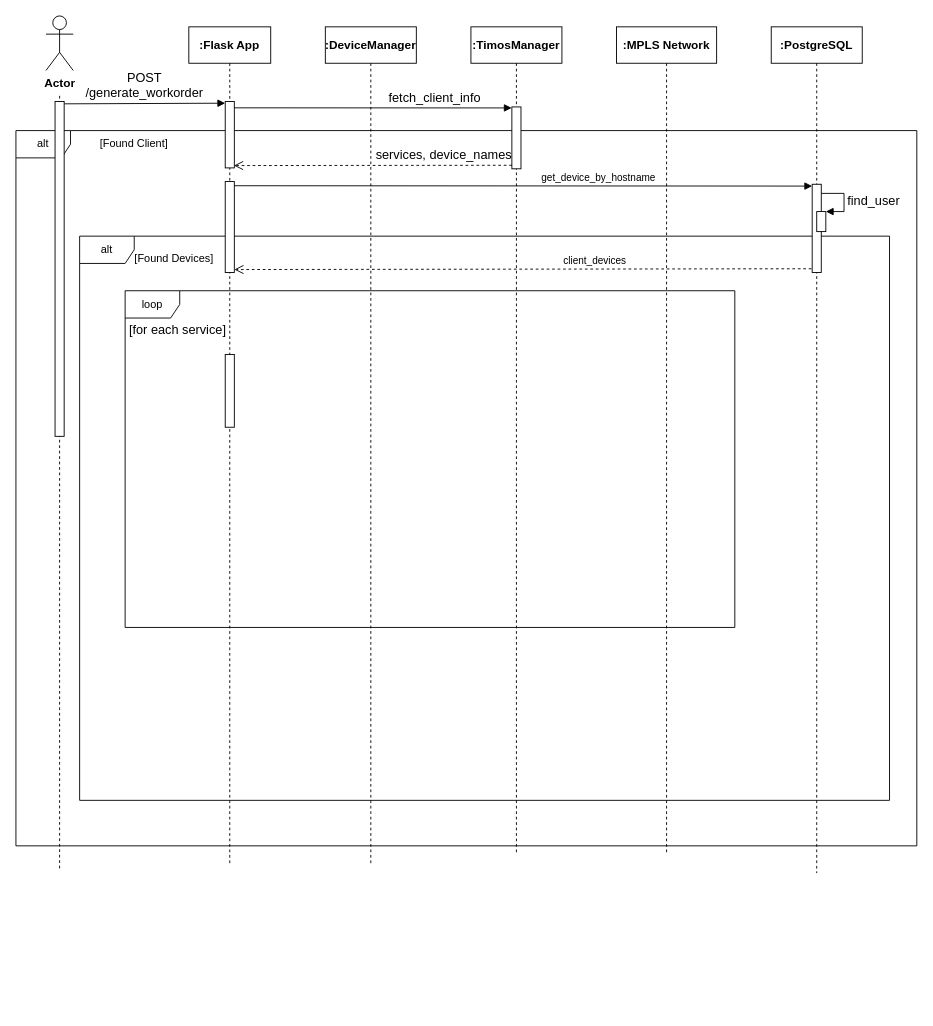
DrXneaky/Diagram keeps this draw.io diagram as sequence_generate_workorder.drawio. Above is the earlier version. Source tidied: cells renumbered, new cells numbered last; positions are measured from the earlier drawing's top-left corner, leaving out a move shared by most shapes. Both pictures are drawn from the tidied source at 91%, with x=0, y=0 at pixel (15, 15).
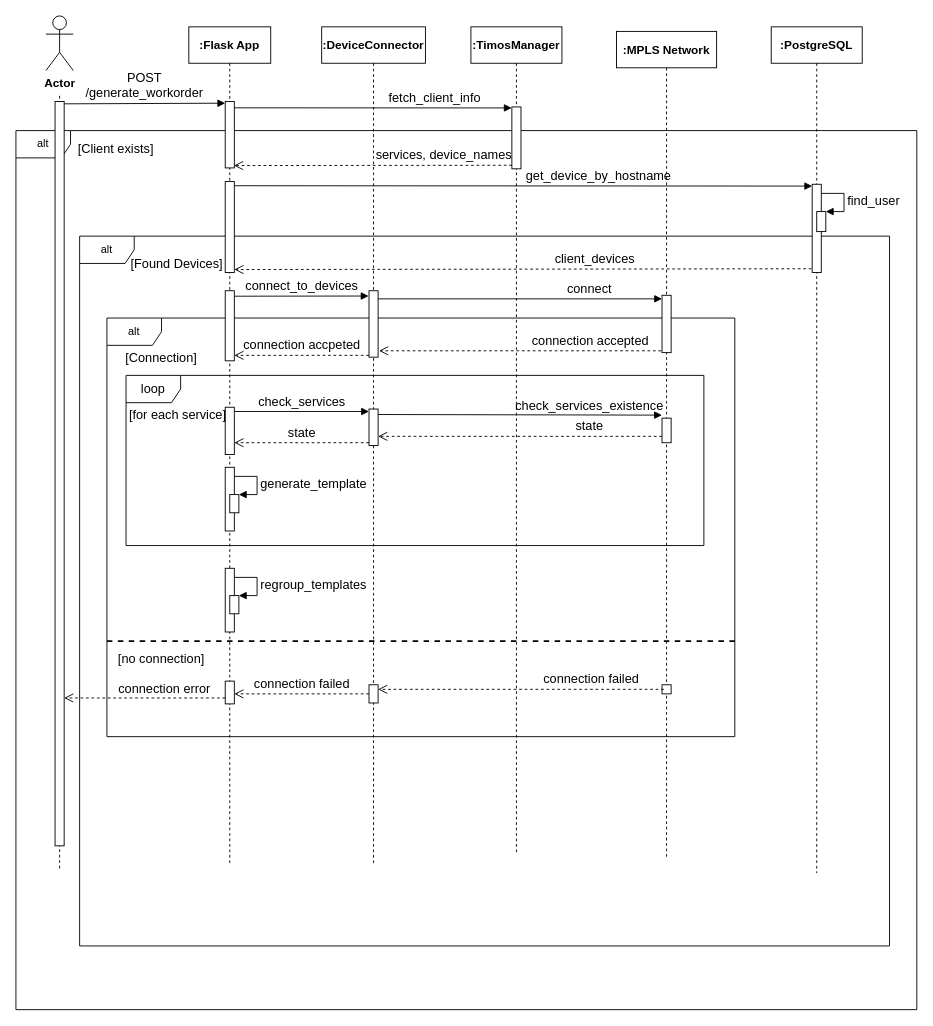
Above is the later version.

The change refers to these unchanged cells:
```xml
<mxCell id="8" style="html=1;points=[];perimeter=orthogonalPerimeter;" parent="7" vertex="1">
  <mxGeometry x="45" y="173" width="10" height="97" as="geometry" />
</mxCell>
```

Diff of the diagram source:
```diff
@@
     <mxCell id="2" value="alt" style="shape=umlFrame;whiteSpace=wrap;html=1;" parent="1" vertex="1">
-      <mxGeometry y="126" width="990" height="786" as="geometry" />
+      <mxGeometry y="126" width="990" height="966" as="geometry" />
     </mxCell>
     <mxCell id="3" value="alt" style="shape=umlFrame;whiteSpace=wrap;html=1;" parent="1" vertex="1">
-      <mxGeometry x="70" y="242" width="890" height="620" as="geometry" />
+      <mxGeometry x="70" y="242" width="890" height="780" as="geometry" />
     </mxCell>
-    <mxCell id="4" value="loop" style="shape=umlFrame;whiteSpace=wrap;html=1;" parent="1" vertex="1">
-      <mxGeometry x="120" y="302" width="670" height="370" as="geometry" />
+    <mxCell id="4" value="alt" style="shape=umlFrame;whiteSpace=wrap;html=1;" parent="1" vertex="1">
+      <mxGeometry x="100" y="332" width="690" height="460" as="geometry" />
     </mxCell>
@@
-    <mxCell id="6" value="&lt;font style=&quot;font-size: 13px&quot; face=&quot;Old Standard TT&quot;&gt;&lt;b&gt;:DeviceManager&lt;/b&gt;&lt;/font&gt;" style="shape=umlLifeline;perimeter=lifelinePerimeter;whiteSpace=wrap;html=1;" parent="1" vertex="1">
-      <mxGeometry x="340" y="12" width="100" height="920" as="geometry" />
+    <mxCell id="6" value="&lt;font style=&quot;font-size: 13px&quot; face=&quot;Old Standard TT&quot;&gt;&lt;b&gt;:DeviceConnector&lt;/b&gt;&lt;/font&gt;" style="shape=umlLifeline;perimeter=lifelinePerimeter;whiteSpace=wrap;html=1;" parent="1" vertex="1">
+      <mxGeometry x="336" y="12" width="114" height="920" as="geometry" />
     </mxCell>
+    <mxCell id="28" value="loop" style="shape=umlFrame;whiteSpace=wrap;html=1;fontFamily=Old Standard TT;fontSize=14;" parent="6" vertex="1">
+      <mxGeometry x="-215" y="383" width="635" height="187" as="geometry" />
+    </mxCell>
+    <mxCell id="29" style="html=1;perimeter=orthogonalPerimeter;fontFamily=Old Standard TT;fontSize=14;" parent="6" vertex="1">
+      <mxGeometry x="52" y="290" width="10" height="73" as="geometry" />
+    </mxCell>
+    <mxCell id="30" style="html=1;points=[];perimeter=orthogonalPerimeter;strokeWidth=1;fontFamily=Old Standard TT;fontSize=14;" parent="6" vertex="1">
+      <mxGeometry x="52" y="420" width="10" height="40" as="geometry" />
+    </mxCell>
+    <mxCell id="31" value="connection accpeted" style="html=1;verticalAlign=bottom;endArrow=open;dashed=1;endSize=8;labelBackgroundColor=none;fontFamily=Old Standard TT;fontSize=14;" parent="6" edge="1">
+      <mxGeometry relative="1" as="geometry">
+        <mxPoint x="52" y="361" as="sourcePoint" />
+        <mxPoint x="-96" y="361" as="targetPoint" />
+      </mxGeometry>
+    </mxCell>
+    <mxCell id="32" value="check_services" style="html=1;verticalAlign=bottom;endArrow=block;entryX=-0.045;entryY=0.011;labelBackgroundColor=none;fontFamily=Old Standard TT;fontSize=14;entryDx=0;entryDy=0;entryPerimeter=0;" parent="6" edge="1">
+      <mxGeometry relative="1" as="geometry">
+        <mxPoint x="-95.6" y="422.7" as="sourcePoint" />
+        <mxPoint x="52" y="422.7" as="targetPoint" />
+      </mxGeometry>
+    </mxCell>
+    <mxCell id="33" value="check_services_existence" style="html=1;verticalAlign=bottom;endArrow=block;entryX=0;entryY=0;labelBackgroundColor=none;fontFamily=Old Standard TT;fontSize=14;exitX=1.007;exitY=0.07;exitDx=0;exitDy=0;exitPerimeter=0;" parent="6" edge="1">
+      <mxGeometry x="0.49" relative="1" as="geometry">
+        <mxPoint x="62" y="426" as="sourcePoint" />
+        <mxPoint x="373.9" y="426.7" as="targetPoint" />
+      </mxGeometry>
+    </mxCell>
+    <mxCell id="34" value="state" style="html=1;verticalAlign=bottom;endArrow=open;dashed=1;endSize=8;exitX=0;exitY=0.95;labelBackgroundColor=none;fontFamily=Old Standard TT;fontSize=14;" parent="6" edge="1" target="30">
+      <mxGeometry x="-0.49" relative="1" as="geometry">
+        <mxPoint x="374" y="450" as="sourcePoint" />
+      </mxGeometry>
+    </mxCell>
+    <mxCell id="35" value="state" style="html=1;verticalAlign=bottom;endArrow=open;dashed=1;endSize=8;labelBackgroundColor=none;fontFamily=Old Standard TT;fontSize=14;" parent="6" edge="1">
+      <mxGeometry relative="1" as="geometry">
+        <mxPoint x="52" y="457" as="sourcePoint" />
+        <mxPoint x="-96" y="457" as="targetPoint" />
+      </mxGeometry>
+    </mxCell>
+    <mxCell id="36" style="html=1;points=[];perimeter=orthogonalPerimeter;strokeWidth=1;fontFamily=Old Standard TT;fontSize=14;" parent="6" vertex="1">
+      <mxGeometry x="52" y="723" width="10" height="20" as="geometry" />
+    </mxCell>
@@
-    <mxCell id="10" value="&lt;font face=&quot;Old Standard TT&quot; style=&quot;font-size: 13px&quot;&gt;&lt;b&gt;:Flask App&lt;/b&gt;&lt;/font&gt;" style="shape=umlLifeline;perimeter=lifelinePerimeter;whiteSpace=wrap;html=1;" parent="1" vertex="1">
-      <mxGeometry x="190" y="12" width="90" height="920" as="geometry" />
-    </mxCell>
-    <mxCell id="11" value="&lt;font face=&quot;Old Standard TT&quot;&gt;&lt;span style=&quot;font-size: 14px&quot;&gt;fetch_client_info&lt;/span&gt;&lt;/font&gt;" style="html=1;verticalAlign=bottom;endArrow=block;labelBackgroundColor=none;entryX=-0.02;entryY=0.059;entryDx=0;entryDy=0;entryPerimeter=0;" parent="10" edge="1">
-      <mxGeometry x="0.45" relative="1" as="geometry">
-        <mxPoint x="45.1" y="89" as="sourcePoint" />
-        <mxPoint x="354.8" y="89.1" as="targetPoint" />
-      </mxGeometry>
-    </mxCell>
-    <mxCell id="12" style="html=1;points=[];perimeter=orthogonalPerimeter;" parent="10" vertex="1">
-      <mxGeometry x="40" y="82" width="10" height="73" as="geometry" />
-    </mxCell>
-    <mxCell id="13" style="html=1;points=[];perimeter=orthogonalPerimeter;" parent="10" vertex="1">
-      <mxGeometry x="40" y="170" width="10" height="100" as="geometry" />
-    </mxCell>
-    <mxCell id="14" style="html=1;perimeter=orthogonalPerimeter;" parent="10" vertex="1">
-      <mxGeometry x="40" y="360" width="10" height="80" as="geometry" />
-    </mxCell>
@@
     <mxCell id="17" value="&lt;font face=&quot;Old Standard TT&quot; size=&quot;1&quot;&gt;&lt;b style=&quot;font-size: 13px&quot;&gt;:MPLS Network&lt;/b&gt;&lt;/font&gt;" style="shape=umlLifeline;perimeter=lifelinePerimeter;whiteSpace=wrap;html=1;" parent="1" vertex="1">
-      <mxGeometry x="660" y="12" width="110" height="910" as="geometry" />
+      <mxGeometry x="660" y="17" width="110" height="910" as="geometry" />
     </mxCell>
+    <mxCell id="37" style="html=1;points=[];perimeter=orthogonalPerimeter;fontFamily=Old Standard TT;fontSize=14;" parent="17" vertex="1">
+      <mxGeometry x="50" y="290" width="10" height="63" as="geometry" />
+    </mxCell>
+    <mxCell id="38" value="connection accepted" style="html=1;verticalAlign=bottom;endArrow=open;dashed=1;endSize=8;exitX=0;exitY=0.95;labelBackgroundColor=none;fontFamily=Old Standard TT;fontSize=14;" parent="17" edge="1">
+      <mxGeometry x="-0.5" relative="1" as="geometry">
+        <mxPoint x="49" y="351" as="sourcePoint" />
+        <mxPoint x="-261" y="351" as="targetPoint" />
+      </mxGeometry>
+    </mxCell>
+    <mxCell id="39" style="html=1;perimeter=orthogonalPerimeter;strokeWidth=1;fontFamily=Old Standard TT;fontSize=14;" parent="17" vertex="1">
+      <mxGeometry x="50" y="425" width="10" height="27" as="geometry" />
+    </mxCell>
+    <mxCell id="40" style="html=1;perimeter=orthogonalPerimeter;strokeWidth=1;fontFamily=Old Standard TT;fontSize=14;" parent="17" vertex="1">
+      <mxGeometry x="50" y="718" width="10" height="10" as="geometry" />
+    </mxCell>
     <mxCell id="18" style="html=1;perimeter=orthogonalPerimeter;strokeWidth=1;fillColor=#ffffff;" parent="1" vertex="1">
-      <mxGeometry x="43" y="94" width="10" height="368" as="geometry" />
+      <mxGeometry x="43" y="94" width="10" height="818" as="geometry" />
     </mxCell>
@@
-    <mxCell id="21" value="get_device_by_hostname" style="html=1;verticalAlign=bottom;endArrow=block;entryX=0;entryY=0;exitX=0.993;exitY=0.12;exitDx=0;exitDy=0;exitPerimeter=0;labelBackgroundColor=none;" parent="1" edge="1">
+    <mxCell id="21" value="&lt;font style=&quot;font-size: 14px&quot; face=&quot;Old Standard TT&quot;&gt;get_device_by_hostname&lt;/font&gt;" style="html=1;verticalAlign=bottom;endArrow=block;entryX=0;entryY=0;exitX=0.993;exitY=0.12;exitDx=0;exitDy=0;exitPerimeter=0;labelBackgroundColor=none;" parent="1" edge="1">
       <mxGeometry x="0.26" relative="1" as="geometry">
         <mxPoint x="239.9" y="186.6" as="sourcePoint" />
         <mxPoint x="875" y="187" as="targetPoint" />
       </mxGeometry>
     </mxCell>
@@
-    <mxCell id="24" value="client_devices" style="html=1;verticalAlign=bottom;endArrow=open;dashed=1;endSize=8;labelBackgroundColor=none;exitX=-0.078;exitY=0.957;exitDx=0;exitDy=0;exitPerimeter=0;entryX=1;entryY=0.967;entryDx=0;entryDy=0;entryPerimeter=0;" parent="1" edge="1" source="8" target="13">
+    <mxCell id="24" value="&lt;font style=&quot;font-size: 14px&quot; face=&quot;Old Standard TT&quot;&gt;client_devices&lt;/font&gt;" style="html=1;verticalAlign=bottom;endArrow=open;dashed=1;endSize=8;labelBackgroundColor=none;exitX=-0.078;exitY=0.957;exitDx=0;exitDy=0;exitPerimeter=0;entryX=1;entryY=0.967;entryDx=0;entryDy=0;entryPerimeter=0;" parent="1" edge="1" source="8" target="13">
       <mxGeometry x="-0.25" relative="1" as="geometry" />
     </mxCell>
-    <mxCell id="25" value="[Found Client]" style="text;align=center;fontStyle=0;verticalAlign=middle;spacingLeft=3;spacingRight=3;strokeColor=none;" parent="1" vertex="1">
-      <mxGeometry x="90" y="126" width="80" height="26" as="geometry" />
+    <mxCell id="25" value="[Client exists]" style="text;align=center;fontStyle=0;verticalAlign=middle;spacingLeft=3;spacingRight=3;strokeColor=none;fontSize=14;fontFamily=Old Standard TT;" parent="1" vertex="1">
+      <mxGeometry x="70" y="132" width="80" height="26" as="geometry" />
     </mxCell>
-    <mxCell id="26" value="[Found Devices]" style="text;align=center;fontStyle=0;verticalAlign=middle;spacingLeft=3;spacingRight=3;strokeColor=none;" parent="1" vertex="1">
-      <mxGeometry x="134" y="253" width="80" height="26" as="geometry" />
+    <mxCell id="26" value="[Found Devices]" style="text;align=center;fontStyle=0;verticalAlign=middle;spacingLeft=3;spacingRight=3;strokeColor=none;fontSize=14;fontFamily=Old Standard TT;" parent="1" vertex="1">
+      <mxGeometry x="137" y="258" width="80" height="26" as="geometry" />
     </mxCell>
+    <mxCell id="41" value="connect_to_devices" style="html=1;verticalAlign=bottom;endArrow=block;entryX=-0.045;entryY=0.011;labelBackgroundColor=none;fontFamily=Old Standard TT;fontSize=14;entryDx=0;entryDy=0;entryPerimeter=0;" parent="1" edge="1">
+      <mxGeometry relative="1" as="geometry">
+        <mxPoint x="240" y="308" as="sourcePoint" />
+        <mxPoint x="387.5" y="307.8" as="targetPoint" />
+      </mxGeometry>
+    </mxCell>
+    <mxCell id="42" value="connect" style="html=1;verticalAlign=bottom;endArrow=block;labelBackgroundColor=none;fontFamily=Old Standard TT;fontSize=14;exitX=1.007;exitY=0.07;exitDx=0;exitDy=0;exitPerimeter=0;" parent="1" edge="1" target="37">
+      <mxGeometry x="0.49" relative="1" as="geometry">
+        <mxPoint x="398.1" y="310.9" as="sourcePoint" />
+      </mxGeometry>
+    </mxCell>
+    <mxCell id="10" value="&lt;font face=&quot;Old Standard TT&quot; style=&quot;font-size: 13px&quot;&gt;&lt;b&gt;:Flask App&lt;/b&gt;&lt;/font&gt;" style="shape=umlLifeline;perimeter=lifelinePerimeter;whiteSpace=wrap;html=1;" parent="1" vertex="1">
+      <mxGeometry x="190" y="12" width="90" height="920" as="geometry" />
+    </mxCell>
+    <mxCell id="11" value="&lt;font face=&quot;Old Standard TT&quot;&gt;&lt;span style=&quot;font-size: 14px&quot;&gt;fetch_client_info&lt;/span&gt;&lt;/font&gt;" style="html=1;verticalAlign=bottom;endArrow=block;labelBackgroundColor=none;entryX=-0.02;entryY=0.059;entryDx=0;entryDy=0;entryPerimeter=0;" parent="10" edge="1">
+      <mxGeometry x="0.45" relative="1" as="geometry">
+        <mxPoint x="45.1" y="89" as="sourcePoint" />
+        <mxPoint x="354.8" y="89.1" as="targetPoint" />
+      </mxGeometry>
+    </mxCell>
+    <mxCell id="12" style="html=1;points=[];perimeter=orthogonalPerimeter;" parent="10" vertex="1">
+      <mxGeometry x="40" y="82" width="10" height="73" as="geometry" />
+    </mxCell>
+    <mxCell id="13" style="html=1;points=[];perimeter=orthogonalPerimeter;" parent="10" vertex="1">
+      <mxGeometry x="40" y="170" width="10" height="100" as="geometry" />
+    </mxCell>
+    <mxCell id="14" style="html=1;perimeter=orthogonalPerimeter;" parent="10" vertex="1">
+      <mxGeometry x="40" y="290" width="10" height="77" as="geometry" />
+    </mxCell>
+    <mxCell id="43" style="html=1;perimeter=orthogonalPerimeter;strokeWidth=1;fontFamily=Old Standard TT;fontSize=14;" parent="10" vertex="1">
+      <mxGeometry x="40" y="418" width="10" height="52" as="geometry" />
+    </mxCell>
+    <mxCell id="44" style="html=1;perimeter=orthogonalPerimeter;strokeWidth=1;fontFamily=Old Standard TT;fontSize=14;" parent="10" vertex="1">
+      <mxGeometry x="40" y="484" width="10" height="70" as="geometry" />
+    </mxCell>
+    <mxCell id="45" style="html=1;points=[];perimeter=orthogonalPerimeter;strokeWidth=1;fontFamily=Old Standard TT;fontSize=14;" parent="10" vertex="1">
+      <mxGeometry x="45" y="514" width="10" height="20" as="geometry" />
+    </mxCell>
+    <mxCell id="46" value="generate_template" style="edgeStyle=orthogonalEdgeStyle;html=1;align=left;spacingLeft=2;endArrow=block;rounded=0;entryX=1;entryY=0;labelBackgroundColor=none;fontFamily=Old Standard TT;fontSize=14;" parent="10" edge="1" target="45">
+      <mxGeometry relative="1" as="geometry">
+        <mxPoint x="50" y="494" as="sourcePoint" />
+        <Array as="points">
+          <mxPoint x="75" y="494" />
+        </Array>
+      </mxGeometry>
+    </mxCell>
+    <mxCell id="47" style="html=1;points=[];perimeter=orthogonalPerimeter;strokeWidth=1;fontFamily=Old Standard TT;fontSize=14;" parent="10" vertex="1">
+      <mxGeometry x="40" y="719" width="10" height="25" as="geometry" />
+    </mxCell>
+    <mxCell id="48" value="connection failed" style="html=1;verticalAlign=bottom;endArrow=open;dashed=1;endSize=8;labelBackgroundColor=none;fontFamily=Old Standard TT;fontSize=14;" parent="1" edge="1" target="36">
+      <mxGeometry x="-0.49" relative="1" as="geometry">
+        <mxPoint x="712" y="740" as="sourcePoint" />
+      </mxGeometry>
+    </mxCell>
+    <mxCell id="49" value="connection error" style="html=1;verticalAlign=bottom;endArrow=open;dashed=1;endSize=8;labelBackgroundColor=none;fontFamily=Old Standard TT;fontSize=14;" parent="1" edge="1" source="47">
+      <mxGeometry x="-0.24" relative="1" as="geometry">
+        <mxPoint x="53" y="749.5" as="targetPoint" />
+      </mxGeometry>
+    </mxCell>
+    <mxCell id="50" style="html=1;perimeter=orthogonalPerimeter;strokeWidth=1;fontFamily=Old Standard TT;fontSize=14;" parent="1" vertex="1">
+      <mxGeometry x="230" y="607" width="10" height="70" as="geometry" />
+    </mxCell>
+    <mxCell id="51" style="html=1;points=[];perimeter=orthogonalPerimeter;strokeWidth=1;fontFamily=Old Standard TT;fontSize=14;" parent="1" vertex="1">
+      <mxGeometry x="235" y="637" width="10" height="20" as="geometry" />
+    </mxCell>
+    <mxCell id="52" value="regroup_templates" style="edgeStyle=orthogonalEdgeStyle;html=1;align=left;spacingLeft=2;endArrow=block;rounded=0;entryX=1;entryY=0;labelBackgroundColor=none;fontFamily=Old Standard TT;fontSize=14;" parent="1" edge="1" target="51">
+      <mxGeometry relative="1" as="geometry">
+        <mxPoint x="240" y="617" as="sourcePoint" />
+        <Array as="points">
+          <mxPoint x="265" y="617" />
+        </Array>
+      </mxGeometry>
+    </mxCell>
+    <mxCell id="53" value="[Connection]" style="text;align=center;fontStyle=0;verticalAlign=middle;spacingLeft=3;spacingRight=3;strokeColor=none;fontSize=14;fontFamily=Old Standard TT;" parent="1" vertex="1">
+      <mxGeometry x="120" y="362" width="80" height="26" as="geometry" />
+    </mxCell>
     <mxCell id="27" value="[for each service]" style="text;align=center;fontStyle=0;verticalAlign=middle;spacingLeft=3;spacingRight=3;strokeColor=none;fontSize=14;fontFamily=Old Standard TT;" parent="1" vertex="1">
-      <mxGeometry x="138" y="332" width="80" height="25" as="geometry" />
+      <mxGeometry x="138" y="425" width="80" height="25" as="geometry" />
     </mxCell>
+    <mxCell id="54" value="[no connection]" style="text;align=center;fontStyle=0;verticalAlign=middle;spacingLeft=3;spacingRight=3;strokeColor=none;fontSize=14;fontFamily=Old Standard TT;" parent="1" vertex="1">
+      <mxGeometry x="120" y="693" width="80" height="26" as="geometry" />
+    </mxCell>
+    <mxCell id="55" style="line;strokeWidth=2;fillColor=none;align=left;verticalAlign=middle;spacingTop=-1;spacingLeft=3;spacingRight=3;labelPosition=right;fontFamily=Old Standard TT;fontSize=14;dashed=1;" parent="1" vertex="1">
+      <mxGeometry x="100" y="683" width="690" height="8" as="geometry" />
+    </mxCell>
+    <mxCell id="56" value="connection failed" style="html=1;verticalAlign=bottom;endArrow=open;dashed=1;endSize=8;labelBackgroundColor=none;fontFamily=Old Standard TT;fontSize=14;" parent="1" edge="1" source="36" target="47">
+      <mxGeometry relative="1" as="geometry" />
+    </mxCell>
```
